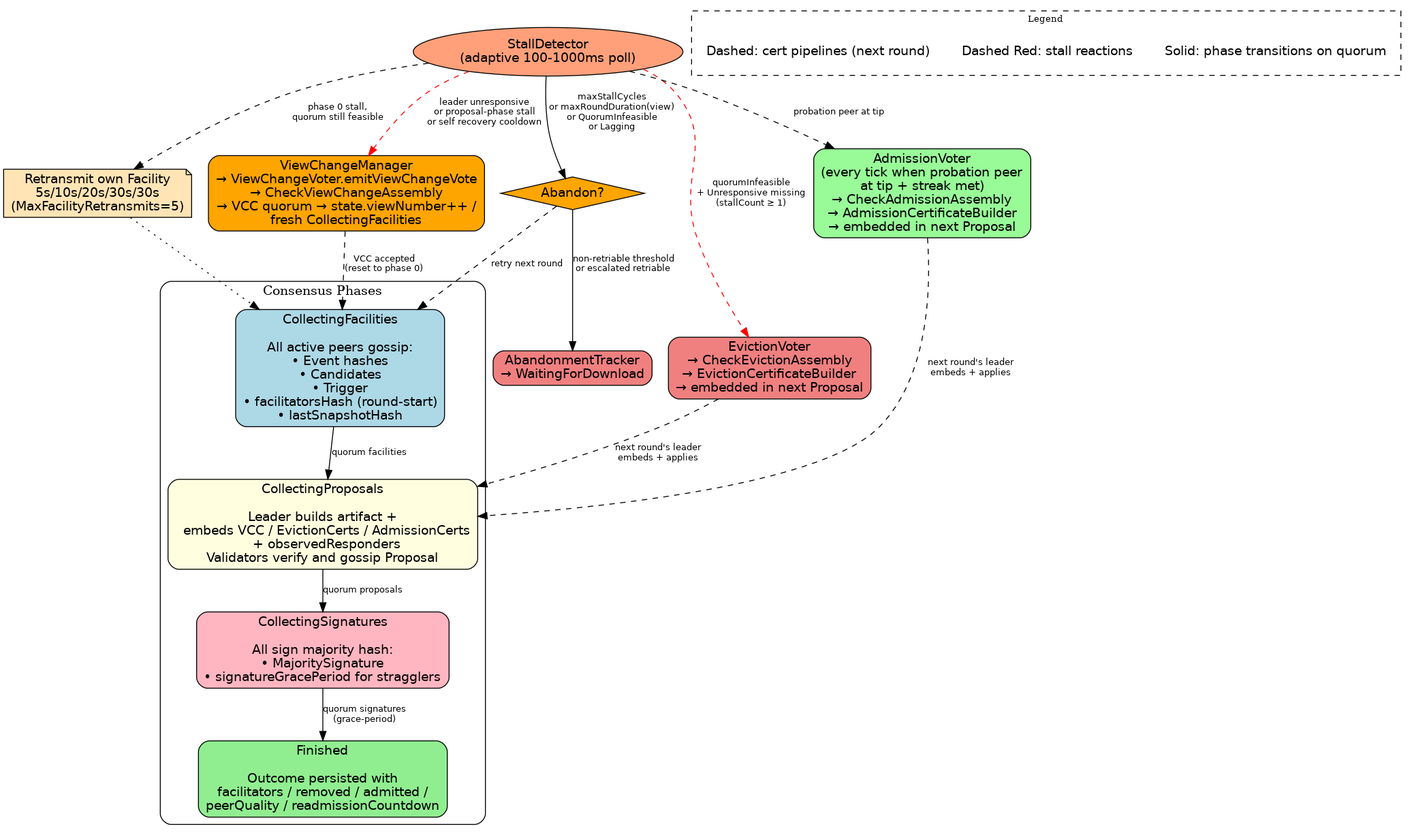
The Graphviz diagram docs/consensus/diagrams/consensus-round.png in Constellation-Labs/tessellation, before a commit. Its source is kept beside it as docs/consensus/diagrams/consensus-round.dot.
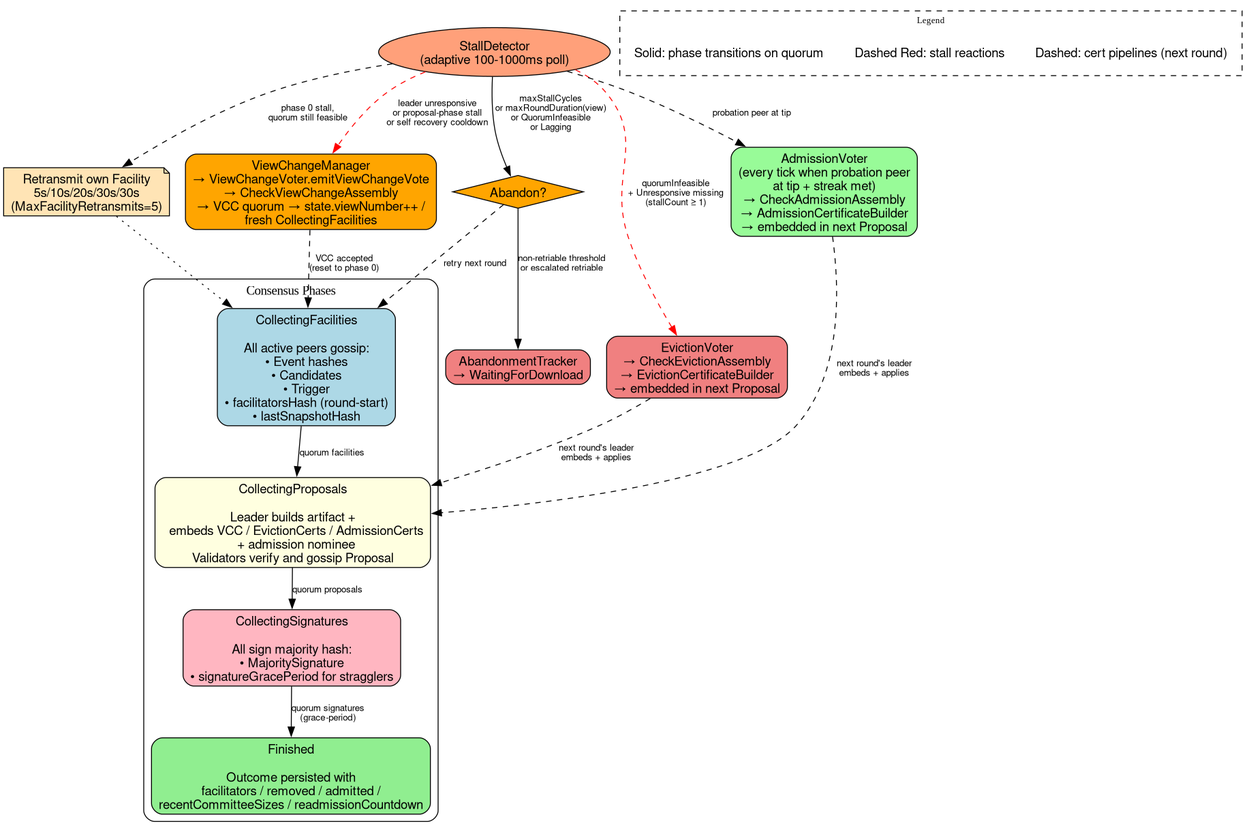
Above is the later version.

Change to the diagram source:
```diff
@@ -9,9 +9,9 @@
         style=rounded;
 
         CollectingFacilities [label="CollectingFacilities\n\nAll active peers gossip:\n• Event hashes\n• Candidates\n• Trigger\n• facilitatorsHash (round-start)\n• lastSnapshotHash", style="rounded,filled", fillcolor="lightblue"];
-        CollectingProposals [label="CollectingProposals\n\nLeader builds artifact +\n  embeds VCC / EvictionCerts / AdmissionCerts\n  + observedResponders\nValidators verify and gossip Proposal", style="rounded,filled", fillcolor="lightyellow"];
+        CollectingProposals [label="CollectingProposals\n\nLeader builds artifact +\n  embeds VCC / EvictionCerts / AdmissionCerts\n  + admission nominee\nValidators verify and gossip Proposal", style="rounded,filled", fillcolor="lightyellow"];
         CollectingSignatures [label="CollectingSignatures\n\nAll sign majority hash:\n• MajoritySignature\n• signatureGracePeriod for stragglers", style="rounded,filled", fillcolor="lightpink"];
-        Finished [label="Finished\n\nOutcome persisted with\nfacilitators / removed / admitted /\npeerQuality / readmissionCountdown", style="rounded,filled", fillcolor="lightgreen"];
+        Finished [label="Finished\n\nOutcome persisted with\nfacilitators / removed / admitted /\nrecentCommitteeSizes / readmissionCountdown", style="rounded,filled", fillcolor="lightgreen"];
     }
 
     CollectingFacilities -> CollectingProposals [label="quorum facilities"];
```
